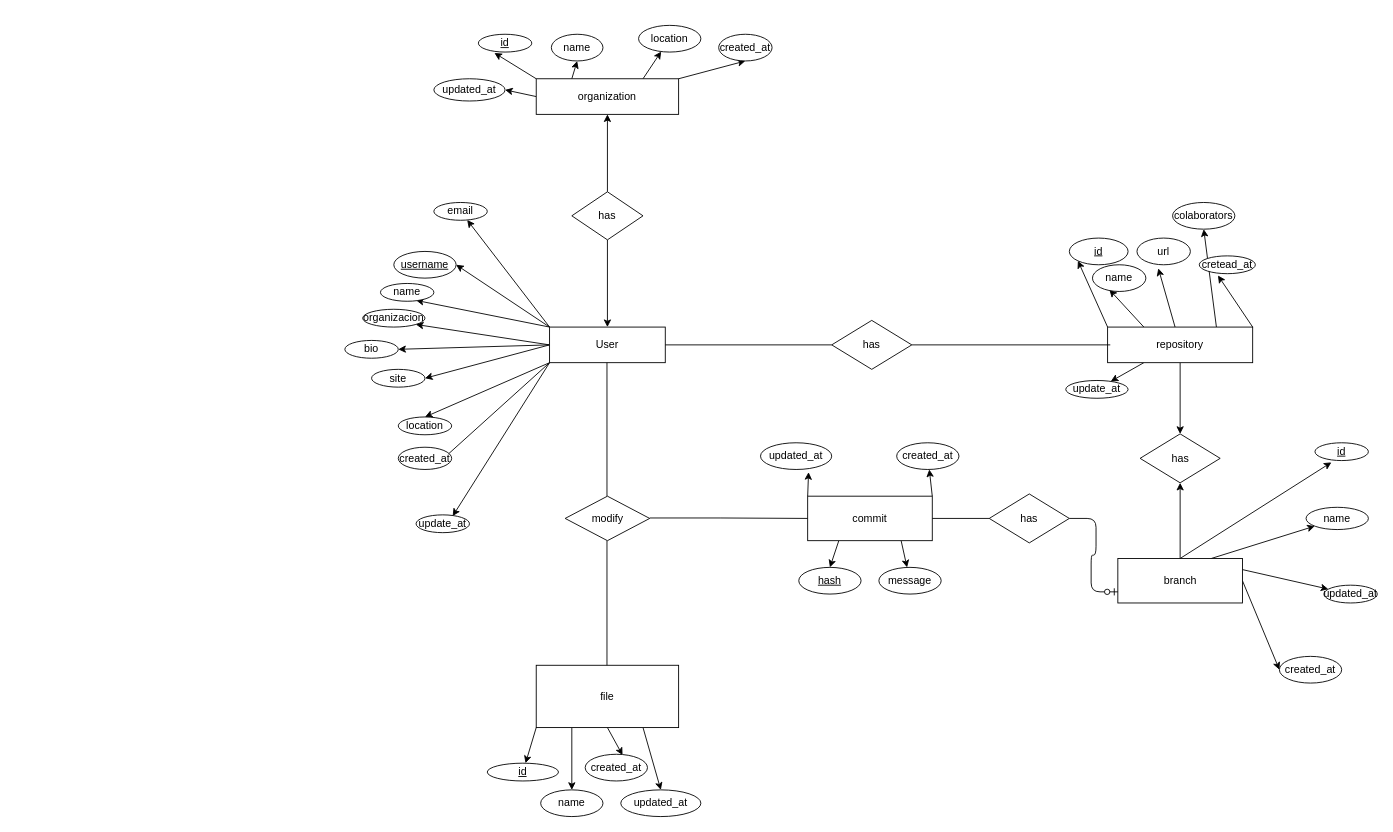
This is ER/GitBoomer Entity-Relationship diagram1.drawio from mateusgomes01/gdi-project-2020-1, a draw.io file, before an edit. Source tidied: cells renumbered, new cells numbered last; positions are measured from the earlier drawing's top-left corner, leaving out a move shared by most shapes. Both pictures are drawn from the tidied source at 89%, with x=0, y=0 at pixel (344, 25).
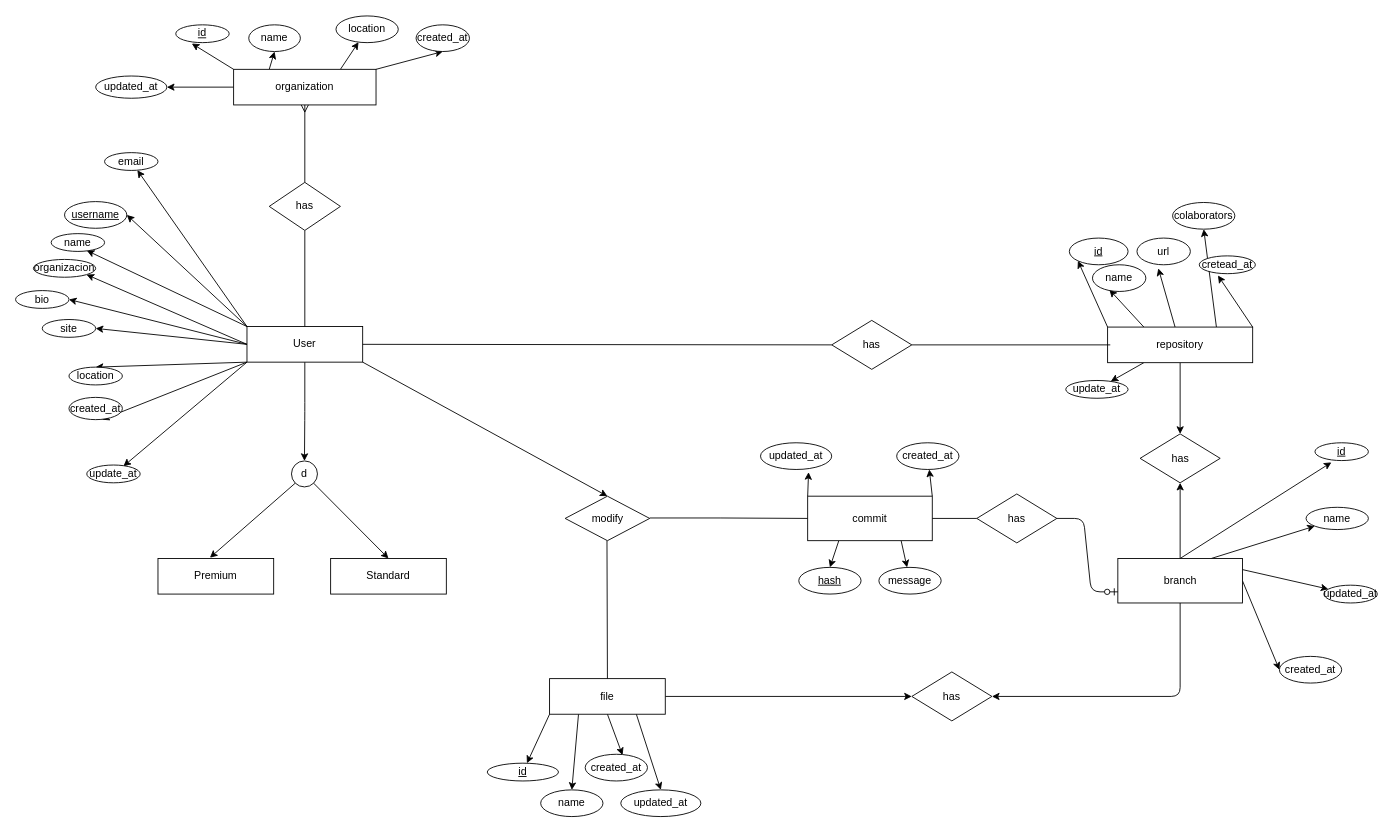
The same page after the edit.

Commit message:
Adds hierarchy to user

Unchanged cells that the change refers to:
```xml
<mxCell id="21" value="has" style="shape=rhombus;perimeter=rhombusPerimeter;whiteSpace=wrap;html=1;align=center;" parent="1" vertex="1">
  <mxGeometry x="547" y="331.5" width="90" height="55" as="geometry" />
</mxCell>
<mxCell id="23" value="modify" style="shape=rhombus;perimeter=rhombusPerimeter;whiteSpace=wrap;html=1;align=center;" parent="1" vertex="1">
  <mxGeometry x="247.5" y="529" width="95" height="50" as="geometry" />
</mxCell>
<mxCell id="78" value="branch" style="whiteSpace=wrap;html=1;align=center;" parent="1" vertex="1">
  <mxGeometry x="868.5" y="599" width="140" height="50" as="geometry" />
</mxCell>
```

The edit, as a diff of the source:
```diff
@@
+    <mxCell id="89" style="rounded=1;jettySize=auto;html=1;exitX=1;exitY=1;exitDx=0;exitDy=0;entryX=0.5;entryY=0;entryDx=0;entryDy=0;" parent="1" edge="1" source="11" target="23">
+      <mxGeometry relative="1" as="geometry" />
+    </mxCell>
+    <mxCell id="90" style="edgeStyle=orthogonalEdgeStyle;rounded=1;jettySize=auto;html=1;entryX=0.5;entryY=0;entryDx=0;entryDy=0;" parent="1" edge="1" source="11" target="96">
+      <mxGeometry relative="1" as="geometry" />
+    </mxCell>
     <mxCell id="11" value="User" style="whiteSpace=wrap;html=1;align=center;" parent="1" vertex="1">
-      <mxGeometry x="230" y="339" width="130" height="40" as="geometry" />
+      <mxGeometry x="-110" y="338.4" width="130" height="40" as="geometry" />
     </mxCell>
     <mxCell id="12" value="username" style="ellipse;whiteSpace=wrap;html=1;align=center;fontStyle=4;" parent="1" vertex="1">
-      <mxGeometry x="55" y="254" width="70" height="30" as="geometry" />
+      <mxGeometry x="-315" y="198" width="70" height="30" as="geometry" />
     </mxCell>
     <mxCell id="13" value="site" style="ellipse;whiteSpace=wrap;html=1;align=center;" parent="1" vertex="1">
-      <mxGeometry x="30" y="386.5" width="60" height="20" as="geometry" />
+      <mxGeometry x="-340" y="330.5" width="60" height="20" as="geometry" />
     </mxCell>
     <mxCell id="14" value="name" style="ellipse;whiteSpace=wrap;html=1;align=center;" parent="1" vertex="1">
-      <mxGeometry x="40" y="290" width="60" height="20" as="geometry" />
+      <mxGeometry x="-330" y="234" width="60" height="20" as="geometry" />
     </mxCell>
     <mxCell id="15" value="email" style="ellipse;whiteSpace=wrap;html=1;align=center;" parent="1" vertex="1">
-      <mxGeometry x="100" y="199" width="60" height="20" as="geometry" />
+      <mxGeometry x="-270" y="143" width="60" height="20" as="geometry" />
     </mxCell>
     <mxCell id="16" value="bio" style="ellipse;whiteSpace=wrap;html=1;align=center;" parent="1" vertex="1">
-      <mxGeometry y="354" width="60" height="20" as="geometry" />
+      <mxGeometry x="-370" y="298" width="60" height="20" as="geometry" />
     </mxCell>
     <mxCell id="17" value="created_at" style="ellipse;whiteSpace=wrap;html=1;align=center;" parent="1" vertex="1">
-      <mxGeometry x="60" y="474" width="60" height="25" as="geometry" />
+      <mxGeometry x="-310" y="418" width="60" height="25" as="geometry" />
     </mxCell>
     <mxCell id="18" value="organizacion" style="ellipse;whiteSpace=wrap;html=1;align=center;" parent="1" vertex="1">
-      <mxGeometry x="20" y="319" width="70" height="20" as="geometry" />
+      <mxGeometry x="-350" y="263" width="70" height="20" as="geometry" />
     </mxCell>
     <mxCell id="19" value="location" style="ellipse;whiteSpace=wrap;html=1;align=center;" parent="1" vertex="1">
-      <mxGeometry x="60" y="440" width="60" height="20" as="geometry" />
+      <mxGeometry x="-310" y="384" width="60" height="20" as="geometry" />
     </mxCell>
     <mxCell id="20" value="update_at" style="ellipse;whiteSpace=wrap;html=1;align=center;" parent="1" vertex="1">
-      <mxGeometry x="80" y="550" width="60" height="20" as="geometry" />
+      <mxGeometry x="-290" y="494" width="60" height="20" as="geometry" />
     </mxCell>
@@
-    <mxCell id="22" style="endArrow=none;html=1;rounded=0;entryX=0;entryY=0.5;entryDx=0;entryDy=0;" parent="1" edge="1" target="21">
-      <mxGeometry relative="1" as="geometry">
-        <mxPoint x="360" y="359" as="sourcePoint" />
-      </mxGeometry>
+    <mxCell id="22" style="endArrow=none;html=1;rounded=0;entryX=0;entryY=0.5;entryDx=0;entryDy=0;exitX=1;exitY=0.5;exitDx=0;exitDy=0;" parent="1" edge="1" source="11" target="21">
+      <mxGeometry relative="1" as="geometry" />
     </mxCell>
@@
-    <mxCell id="24" style="endArrow=none;html=1;rounded=0;" parent="1" edge="1">
-      <mxGeometry relative="1" as="geometry">
-        <mxPoint x="294.5" y="379" as="sourcePoint" />
-        <mxPoint x="294.5" y="529" as="targetPoint" />
-        <Array as="points">
-          <mxPoint x="294.5" y="449" />
-        </Array>
-      </mxGeometry>
-    </mxCell>
@@
+    <mxCell id="91" style="edgeStyle=orthogonalEdgeStyle;rounded=1;jettySize=auto;html=1;exitX=1;exitY=0.5;exitDx=0;exitDy=0;entryX=0;entryY=0.5;entryDx=0;entryDy=0;" parent="1" edge="1" source="44" target="93">
+      <mxGeometry relative="1" as="geometry" />
+    </mxCell>
     <mxCell id="44" value="file " style="whiteSpace=wrap;html=1;align=center;" parent="1" vertex="1">
-      <mxGeometry x="215" y="719" width="160" height="70" as="geometry" />
+      <mxGeometry x="230" y="734" width="130" height="40" as="geometry" />
     </mxCell>
@@
-    <mxCell id="49" style="endArrow=none;html=1;rounded=0;" parent="1" edge="1">
+    <mxCell id="49" style="endArrow=none;html=1;rounded=0;entryX=0.5;entryY=0;entryDx=0;entryDy=0;" parent="1" edge="1" target="44">
       <mxGeometry relative="1" as="geometry">
         <mxPoint x="294.5" y="579" as="sourcePoint" />
-        <mxPoint x="294.5" y="719" as="targetPoint" />
       </mxGeometry>
     </mxCell>
@@
     <mxCell id="61" value="has" style="shape=rhombus;perimeter=rhombusPerimeter;whiteSpace=wrap;html=1;align=center;" parent="1" vertex="1">
-      <mxGeometry x="724" y="526.5" width="90" height="55" as="geometry" />
+      <mxGeometry x="710" y="526.5" width="90" height="55" as="geometry" />
     </mxCell>
@@
     <mxCell id="67" value="organization" style="whiteSpace=wrap;html=1;align=center;" parent="1" vertex="1">
-      <mxGeometry x="215" y="60" width="160" height="40" as="geometry" />
+      <mxGeometry x="-125" y="49.4" width="160" height="40" as="geometry" />
     </mxCell>
     <mxCell id="68" value="id" style="ellipse;whiteSpace=wrap;html=1;align=center;fontStyle=4;" parent="1" vertex="1">
-      <mxGeometry x="150" y="10" width="60" height="20" as="geometry" />
+      <mxGeometry x="-190" y="-0.6" width="60" height="20" as="geometry" />
     </mxCell>
     <mxCell id="69" value="name" style="ellipse;whiteSpace=wrap;html=1;align=center;" parent="1" vertex="1">
-      <mxGeometry x="232" y="10" width="58" height="30" as="geometry" />
+      <mxGeometry x="-108" y="-0.6" width="58" height="30" as="geometry" />
     </mxCell>
     <mxCell id="70" value="location" style="ellipse;whiteSpace=wrap;html=1;align=center;" parent="1" vertex="1">
-      <mxGeometry x="330" width="70" height="30" as="geometry" />
+      <mxGeometry x="-10" y="-10.6" width="70" height="30" as="geometry" />
     </mxCell>
     <mxCell id="71" value="created_at" style="ellipse;whiteSpace=wrap;html=1;align=center;" parent="1" vertex="1">
-      <mxGeometry x="420" y="10" width="60" height="30" as="geometry" />
+      <mxGeometry x="80" y="-0.6" width="60" height="30" as="geometry" />
     </mxCell>
     <mxCell id="72" value="updated_at" style="ellipse;whiteSpace=wrap;html=1;align=center;" parent="1" vertex="1">
-      <mxGeometry x="100" y="60" width="80" height="25" as="geometry" />
+      <mxGeometry x="-280" y="56.9" width="80" height="25" as="geometry" />
     </mxCell>
@@
+    <mxCell id="92" style="edgeStyle=orthogonalEdgeStyle;jettySize=auto;html=1;exitX=0.5;exitY=1;exitDx=0;exitDy=0;entryX=1;entryY=0.5;entryDx=0;entryDy=0;rounded=1;" parent="1" edge="1" source="78" target="93">
+      <mxGeometry relative="1" as="geometry" />
+    </mxCell>
@@
-    <mxCell id="85" style="edgeStyle=none;rounded=0;jettySize=auto;html=1;entryX=0.5;entryY=1;entryDx=0;entryDy=0;" parent="1" edge="1" source="87" target="67">
+    <mxCell id="85" style="edgeStyle=none;rounded=0;jettySize=auto;html=1;entryX=0.5;entryY=1;entryDx=0;entryDy=0;endArrow=ERmany;endFill=0;" parent="1" edge="1" source="87" target="67">
       <mxGeometry relative="1" as="geometry" />
     </mxCell>
-    <mxCell id="86" style="edgeStyle=none;rounded=0;jettySize=auto;html=1;entryX=0.5;entryY=0;entryDx=0;entryDy=0;" parent="1" edge="1" source="87" target="11">
+    <mxCell id="86" style="edgeStyle=none;rounded=0;jettySize=auto;html=1;entryX=0.5;entryY=0;entryDx=0;entryDy=0;endArrow=none;endFill=0;" parent="1" edge="1" source="87" target="11">
       <mxGeometry relative="1" as="geometry" />
     </mxCell>
     <mxCell id="87" value="has" style="rhombus;whiteSpace=wrap;html=1;" parent="1" vertex="1">
-      <mxGeometry x="255" y="187" width="80" height="54" as="geometry" />
+      <mxGeometry x="-85" y="176.4" width="80" height="54" as="geometry" />
     </mxCell>
@@
+    <mxCell id="93" value="has" style="shape=rhombus;perimeter=rhombusPerimeter;whiteSpace=wrap;html=1;align=center;" parent="1" vertex="1">
+      <mxGeometry x="637" y="726.5" width="90" height="55" as="geometry" />
+    </mxCell>
+    <mxCell id="94" style="rounded=1;jettySize=auto;html=1;entryX=0.449;entryY=-0.021;entryDx=0;entryDy=0;entryPerimeter=0;exitX=0;exitY=1;exitDx=0;exitDy=0;" parent="1" edge="1" source="96" target="97">
+      <mxGeometry relative="1" as="geometry" />
+    </mxCell>
+    <mxCell id="95" style="edgeStyle=none;rounded=1;jettySize=auto;html=1;entryX=0.5;entryY=0;entryDx=0;entryDy=0;" parent="1" edge="1" source="96" target="98">
+      <mxGeometry relative="1" as="geometry" />
+    </mxCell>
+    <mxCell id="96" value="d" style="ellipse;whiteSpace=wrap;html=1;" parent="1" vertex="1">
+      <mxGeometry x="-60" y="489.4" width="29.2" height="29.2" as="geometry" />
+    </mxCell>
+    <mxCell id="97" value="Premium" style="whiteSpace=wrap;html=1;align=center;" parent="1" vertex="1">
+      <mxGeometry x="-210" y="599" width="130" height="40" as="geometry" />
+    </mxCell>
+    <mxCell id="98" value="Standard" style="whiteSpace=wrap;html=1;align=center;" parent="1" vertex="1">
+      <mxGeometry x="-16" y="599" width="130" height="40" as="geometry" />
+    </mxCell>
```
